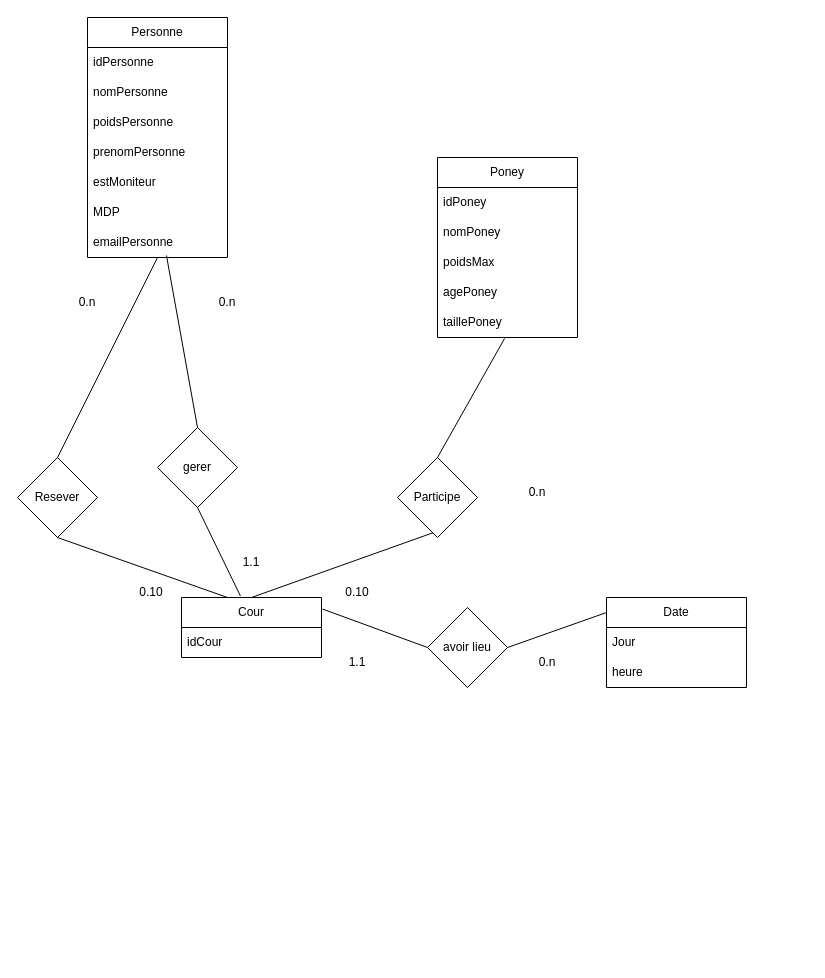
This is MCD.drawio from baptiste-mignan/Sae-web-BD, a draw.io file, before an edit. Source tidied: cells renumbered, new cells numbered last; positions are measured from the earlier drawing's top-left corner, leaving out a move shared by most shapes. Both pictures are drawn from the tidied source at 100%, with x=0, y=0 at pixel (17, 17).
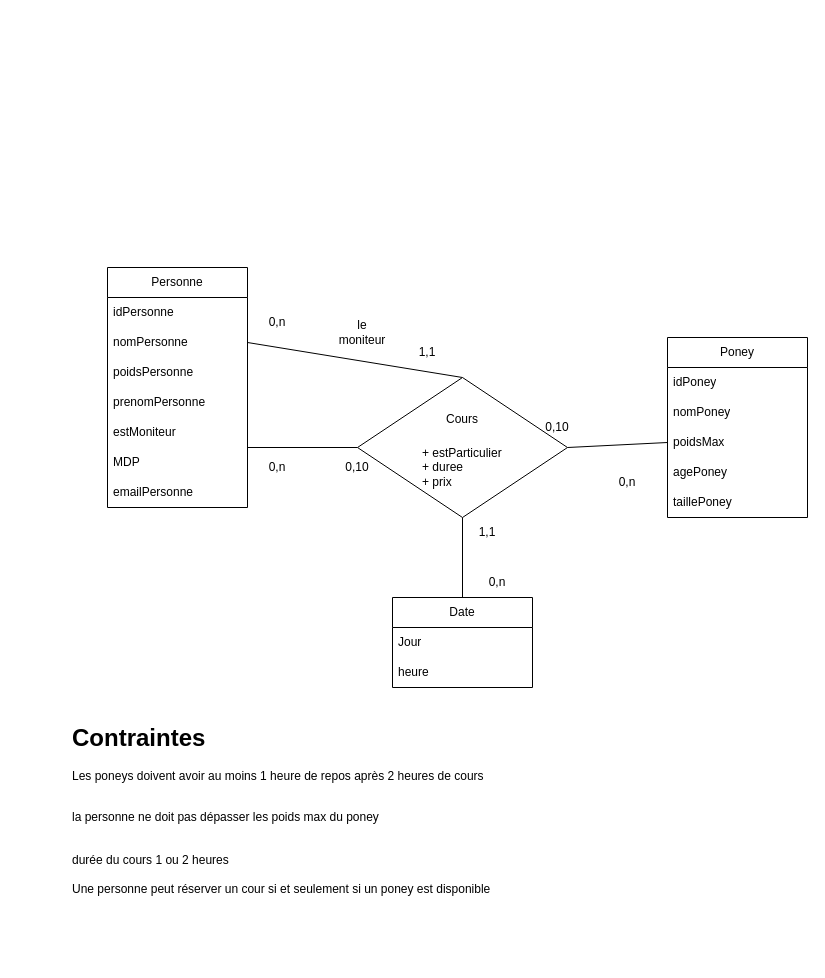
The same page after the edit.

Commit message:
Mettre à jour MCD.drawio

The change refers to these unchanged cells:
```xml
<mxCell id="5" value="&lt;div&gt;poidsMax&lt;/div&gt;" style="text;strokeColor=none;fillColor=none;align=left;verticalAlign=middle;spacingLeft=4;spacingRight=4;overflow=hidden;points=[[0,0.5],[1,0.5]];portConstraint=eastwest;whiteSpace=wrap;html=1;" parent="2" vertex="1">
  <mxGeometry y="90" width="140" height="30" as="geometry" />
</mxCell>
<mxCell id="7" value="&lt;div&gt;taillePoney&lt;/div&gt;" style="text;strokeColor=none;fillColor=none;align=left;verticalAlign=middle;spacingLeft=4;spacingRight=4;overflow=hidden;points=[[0,0.5],[1,0.5]];portConstraint=eastwest;whiteSpace=wrap;html=1;" parent="2" vertex="1">
  <mxGeometry y="150" width="140" height="30" as="geometry" />
</mxCell>
<mxCell id="10" value="nomPersonne" style="text;strokeColor=none;fillColor=none;align=left;verticalAlign=middle;spacingLeft=4;spacingRight=4;overflow=hidden;points=[[0,0.5],[1,0.5]];portConstraint=eastwest;whiteSpace=wrap;html=1;" parent="8" vertex="1">
  <mxGeometry y="60" width="140" height="30" as="geometry" />
</mxCell>
<mxCell id="15" value="emailPersonne" style="text;strokeColor=none;fillColor=none;align=left;verticalAlign=middle;spacingLeft=4;spacingRight=4;overflow=hidden;points=[[0,0.5],[1,0.5]];portConstraint=eastwest;whiteSpace=wrap;html=1;" parent="8" vertex="1">
  <mxGeometry y="210" width="140" height="30" as="geometry" />
</mxCell>
```

Change to the diagram source:
```diff
@@
     <mxCell id="2" value="&lt;div&gt;Poney&lt;/div&gt;" style="swimlane;fontStyle=0;horizontal=1;startSize=30;whiteSpace=wrap;html=1;" parent="1" vertex="1">
-      <mxGeometry x="420" y="140" width="140" height="180" as="geometry" />
+      <mxGeometry x="650" y="320" width="140" height="180" as="geometry" />
     </mxCell>
@@
     <mxCell id="8" value="Personne" style="swimlane;fontStyle=0;horizontal=1;startSize=30;whiteSpace=wrap;html=1;" parent="1" vertex="1">
-      <mxGeometry x="70" width="140" height="240" as="geometry" />
+      <mxGeometry x="90" y="250" width="140" height="240" as="geometry" />
     </mxCell>
@@
-    <mxCell id="16" value="&lt;div&gt;Cour&lt;/div&gt;" style="swimlane;fontStyle=0;horizontal=1;startSize=30;whiteSpace=wrap;html=1;" parent="1" vertex="1">
-      <mxGeometry x="164" y="580" width="140" height="60" as="geometry" />
-    </mxCell>
-    <mxCell id="17" value="idCour" style="text;strokeColor=none;fillColor=none;align=left;verticalAlign=middle;spacingLeft=4;spacingRight=4;overflow=hidden;whiteSpace=wrap;html=1;" parent="16" vertex="1">
-      <mxGeometry y="30" width="140" height="30" as="geometry" />
-    </mxCell>
-    <mxCell id="18" value="Resever" style="rhombus;whiteSpace=wrap;html=1;" parent="1" vertex="1">
-      <mxGeometry y="440" width="80" height="80" as="geometry" />
-    </mxCell>
-    <mxCell id="19" style="endArrow=none;html=1;rounded=0;entryX=0.5;entryY=1;entryDx=0;entryDy=0;" parent="1" edge="1" target="18">
-      <mxGeometry relative="1" as="geometry">
-        <mxPoint x="210" y="580" as="sourcePoint" />
-      </mxGeometry>
-    </mxCell>
-    <mxCell id="20" style="endArrow=none;html=1;rounded=0;exitX=0.5;exitY=1;exitDx=0;exitDy=0;exitPerimeter=0;entryX=0.5;entryY=0;entryDx=0;entryDy=0;" parent="1" edge="1" source="15" target="18">
+    <mxCell id="20" style="endArrow=none;html=1;rounded=0;exitX=1;exitY=0.75;exitDx=0;exitDy=0;entryX=0;entryY=0.5;entryDx=0;entryDy=0;" parent="1" edge="1" source="8" target="41">
       <mxGeometry relative="1" as="geometry" />
     </mxCell>
-    <mxCell id="21" style="endArrow=none;html=1;rounded=0;exitX=0.5;exitY=0;exitDx=0;exitDy=0;entryX=0.488;entryY=0.925;entryDx=0;entryDy=0;entryPerimeter=0;" parent="1" edge="1" source="16" target="22">
-      <mxGeometry relative="1" as="geometry" />
-    </mxCell>
-    <mxCell id="22" value="Participe" style="rhombus;whiteSpace=wrap;html=1;" parent="1" vertex="1">
-      <mxGeometry x="380" y="440" width="80" height="80" as="geometry" />
-    </mxCell>
-    <mxCell id="23" style="endArrow=none;html=1;rounded=0;exitX=0.479;exitY=1.033;exitDx=0;exitDy=0;exitPerimeter=0;entryX=0.5;entryY=0;entryDx=0;entryDy=0;" parent="1" edge="1" source="7" target="22">
+    <mxCell id="23" style="endArrow=none;html=1;rounded=0;exitX=0;exitY=0.5;exitDx=0;exitDy=0;entryX=1;entryY=0.5;entryDx=0;entryDy=0;" parent="1" edge="1" source="5" target="41">
       <mxGeometry relative="1" as="geometry" />
     </mxCell>
-    <mxCell id="24" value="&lt;div&gt;0.n&lt;/div&gt;" style="text;html=1;align=center;verticalAlign=middle;whiteSpace=wrap;rounded=0;" parent="1" vertex="1">
-      <mxGeometry x="40" y="270" width="60" height="30" as="geometry" />
+    <mxCell id="24" value="0,n" style="text;html=1;align=center;verticalAlign=middle;whiteSpace=wrap;rounded=0;" parent="1" vertex="1">
+      <mxGeometry x="230" y="435" width="60" height="30" as="geometry" />
     </mxCell>
-    <mxCell id="25" value="0.10" style="text;html=1;align=center;verticalAlign=middle;whiteSpace=wrap;rounded=0;" parent="1" vertex="1">
-      <mxGeometry x="104" y="560" width="60" height="30" as="geometry" />
-    </mxCell>
-    <mxCell id="26" value="0.10" style="text;html=1;align=center;verticalAlign=middle;whiteSpace=wrap;rounded=0;" parent="1" vertex="1">
-      <mxGeometry x="310" y="560" width="60" height="30" as="geometry" />
-    </mxCell>
-    <mxCell id="27" value="0.n" style="text;html=1;align=center;verticalAlign=middle;whiteSpace=wrap;rounded=0;" parent="1" vertex="1">
-      <mxGeometry x="490" y="460" width="60" height="30" as="geometry" />
+    <mxCell id="27" value="0,n" style="text;html=1;align=center;verticalAlign=middle;whiteSpace=wrap;rounded=0;" parent="1" vertex="1">
+      <mxGeometry x="580" y="450" width="60" height="30" as="geometry" />
     </mxCell>
-    <mxCell id="28" value="1.1" style="text;html=1;align=center;verticalAlign=middle;whiteSpace=wrap;rounded=0;" parent="1" vertex="1">
-      <mxGeometry x="204" y="530" width="60" height="30" as="geometry" />
-    </mxCell>
-    <mxCell id="29" value="0.n" style="text;html=1;align=center;verticalAlign=middle;whiteSpace=wrap;rounded=0;" parent="1" vertex="1">
-      <mxGeometry x="180" y="270" width="60" height="30" as="geometry" />
+    <mxCell id="29" value="0,n" style="text;html=1;align=center;verticalAlign=middle;whiteSpace=wrap;rounded=0;" parent="1" vertex="1">
+      <mxGeometry x="230" y="290" width="60" height="30" as="geometry" />
     </mxCell>
-    <mxCell id="30" value="gerer" style="rhombus;whiteSpace=wrap;html=1;" parent="1" vertex="1">
-      <mxGeometry x="140" y="410" width="80" height="80" as="geometry" />
-    </mxCell>
-    <mxCell id="31" style="endArrow=none;html=1;rounded=0;exitX=0.421;exitY=-0.025;exitDx=0;exitDy=0;exitPerimeter=0;entryX=0.5;entryY=1;entryDx=0;entryDy=0;" parent="1" edge="1" source="16" target="30">
-      <mxGeometry relative="1" as="geometry" />
-    </mxCell>
-    <mxCell id="32" style="endArrow=none;html=1;rounded=0;exitX=0.5;exitY=0;exitDx=0;exitDy=0;entryX=0.564;entryY=0.933;entryDx=0;entryDy=0;entryPerimeter=0;" parent="1" edge="1" source="30" target="15">
+    <mxCell id="32" style="endArrow=none;html=1;rounded=0;exitX=0.5;exitY=0;exitDx=0;exitDy=0;entryX=1;entryY=0.5;entryDx=0;entryDy=0;" parent="1" edge="1" source="41" target="10">
       <mxGeometry relative="1" as="geometry" />
     </mxCell>
     <mxCell id="33" value="Date" style="swimlane;fontStyle=0;horizontal=1;startSize=30;whiteSpace=wrap;html=1;" parent="1" vertex="1">
-      <mxGeometry x="589" y="580" width="140" height="90" as="geometry" />
+      <mxGeometry x="375" y="580" width="140" height="90" as="geometry" />
     </mxCell>
@@
-    <mxCell id="36" value="1.1" style="text;html=1;align=center;verticalAlign=middle;whiteSpace=wrap;rounded=0;" parent="1" vertex="1">
-      <mxGeometry x="310" y="630" width="60" height="30" as="geometry" />
-    </mxCell>
-    <mxCell id="37" value="0.n" style="text;html=1;align=center;verticalAlign=middle;whiteSpace=wrap;rounded=0;" parent="1" vertex="1">
-      <mxGeometry x="500" y="630" width="60" height="30" as="geometry" />
+    <mxCell id="37" value="0,n" style="text;html=1;align=center;verticalAlign=middle;whiteSpace=wrap;rounded=0;" parent="1" vertex="1">
+      <mxGeometry x="450" y="550" width="60" height="30" as="geometry" />
     </mxCell>
-    <mxCell id="38" value="avoir lieu" style="rhombus;whiteSpace=wrap;html=1;" parent="1" vertex="1">
-      <mxGeometry x="410" y="590" width="80" height="80" as="geometry" />
-    </mxCell>
-    <mxCell id="39" style="endArrow=none;html=1;rounded=0;exitX=1.007;exitY=0.192;exitDx=0;exitDy=0;exitPerimeter=0;entryX=0;entryY=0.5;entryDx=0;entryDy=0;" parent="1" edge="1" source="16" target="38">
-      <mxGeometry relative="1" as="geometry" />
-    </mxCell>
-    <mxCell id="40" style="endArrow=none;html=1;rounded=0;exitX=1;exitY=0.5;exitDx=0;exitDy=0;entryX=0;entryY=0.167;entryDx=0;entryDy=0;entryPerimeter=0;" parent="1" edge="1" source="38" target="33">
+    <mxCell id="40" style="endArrow=none;html=1;rounded=0;exitX=0.5;exitY=1;exitDx=0;exitDy=0;entryX=0.5;entryY=0;entryDx=0;entryDy=0;" parent="1" edge="1" source="41" target="33">
       <mxGeometry relative="1" as="geometry" />
     </mxCell>
+    <mxCell id="41" value="&lt;div&gt;Cours&lt;br&gt;&lt;/div&gt;&lt;div&gt;&lt;br&gt;&lt;/div&gt;&lt;div&gt;&lt;br&gt;&lt;/div&gt;&lt;div&gt;&lt;br&gt;&lt;/div&gt;&lt;div&gt;&lt;br&gt;&lt;/div&gt;" style="rhombus;whiteSpace=wrap;html=1;" parent="1" vertex="1">
+      <mxGeometry x="340" y="360" width="210" height="140" as="geometry" />
+    </mxCell>
+    <mxCell id="42" value="1,1" style="text;html=1;align=center;verticalAlign=middle;whiteSpace=wrap;rounded=0;" parent="1" vertex="1">
+      <mxGeometry x="440" y="500" width="60" height="30" as="geometry" />
+    </mxCell>
+    <mxCell id="43" value="1,1" style="text;html=1;align=center;verticalAlign=middle;whiteSpace=wrap;rounded=0;" parent="1" vertex="1">
+      <mxGeometry x="380" y="320" width="60" height="30" as="geometry" />
+    </mxCell>
+    <mxCell id="44" value="0,10" style="text;html=1;align=center;verticalAlign=middle;whiteSpace=wrap;rounded=0;" parent="1" vertex="1">
+      <mxGeometry x="310" y="435" width="60" height="30" as="geometry" />
+    </mxCell>
+    <mxCell id="45" value="0,10" style="text;html=1;align=center;verticalAlign=middle;whiteSpace=wrap;rounded=0;" parent="1" vertex="1">
+      <mxGeometry x="510" y="395" width="60" height="30" as="geometry" />
+    </mxCell>
+    <mxCell id="46" value="&lt;div align=&quot;left&quot;&gt;+ estParticulier&lt;br&gt;&lt;/div&gt;&lt;div align=&quot;left&quot;&gt;+ duree&lt;/div&gt;&lt;div align=&quot;left&quot;&gt;+ prix&lt;/div&gt;" style="text;html=1;align=left;verticalAlign=middle;whiteSpace=wrap;rounded=0;" parent="1" vertex="1">
+      <mxGeometry x="402.5" y="430" width="85" height="40" as="geometry" />
+    </mxCell>
+    <mxCell id="47" value="&lt;h1 style=&quot;margin-top: 0px;&quot;&gt;Contraintes&lt;br&gt;&lt;/h1&gt;&lt;p&gt;Les poneys doivent avoir au moins 1 heure de repos après 2 heures de cours&lt;br&gt;&lt;/p&gt;&lt;div&gt;&lt;br&gt;&lt;/div&gt;&lt;div&gt;la personne ne doit pas dépasser les poids max du poney&lt;/div&gt;&lt;div&gt;&lt;br&gt;&lt;/div&gt;&lt;div&gt;&lt;br&gt;&lt;/div&gt;&lt;div&gt;durée du cours 1 ou 2 heures&lt;/div&gt;&lt;div&gt;&lt;br&gt;&lt;/div&gt;&lt;div&gt;Une personne peut réserver un cour si et seulement si un poney est disponible &lt;br&gt;&lt;/div&gt;&lt;div&gt;&lt;br&gt;&lt;/div&gt;&lt;div&gt;&lt;br&gt;&lt;/div&gt;&lt;div&gt;&lt;br&gt;&lt;/div&gt;&lt;div&gt;&lt;br&gt;&lt;/div&gt;" style="text;html=1;whiteSpace=wrap;overflow=hidden;rounded=0;" parent="1" vertex="1">
+      <mxGeometry x="53" y="700" width="650" height="240" as="geometry" />
+    </mxCell>
+    <mxCell id="48" value="le moniteur" style="text;html=1;align=center;verticalAlign=middle;whiteSpace=wrap;rounded=0;" parent="1" vertex="1">
+      <mxGeometry x="315" y="300" width="60" height="30" as="geometry" />
+    </mxCell>
```
